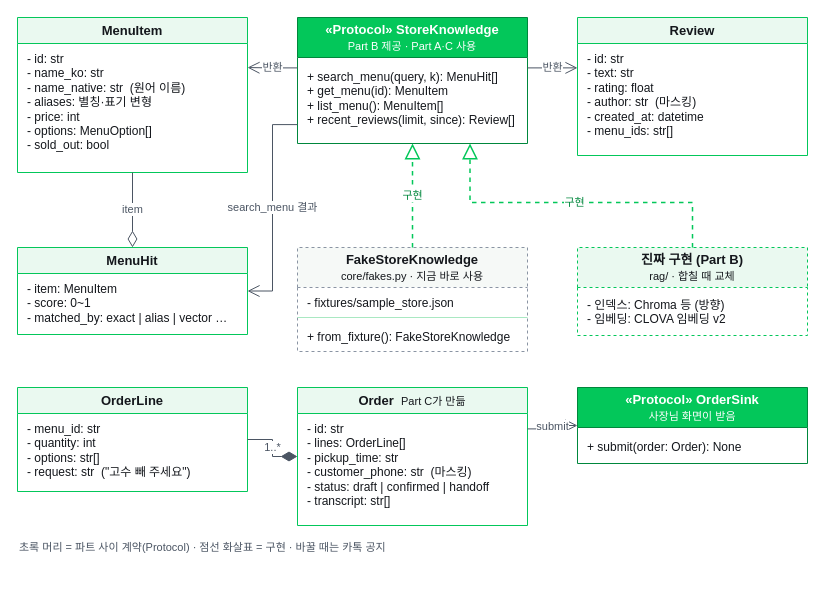
Before: docs/diagrams/02-contracts.drawio in Happ11quokka/AgentHan, a draw.io diagram. Source tidied: cells renumbered, new cells numbered last; positions are measured from the earlier drawing's top-left corner, leaving out a move shared by most shapes. Both pictures are drawn from the tidied source at 100%, with x=0, y=0 at pixel (17, 17).
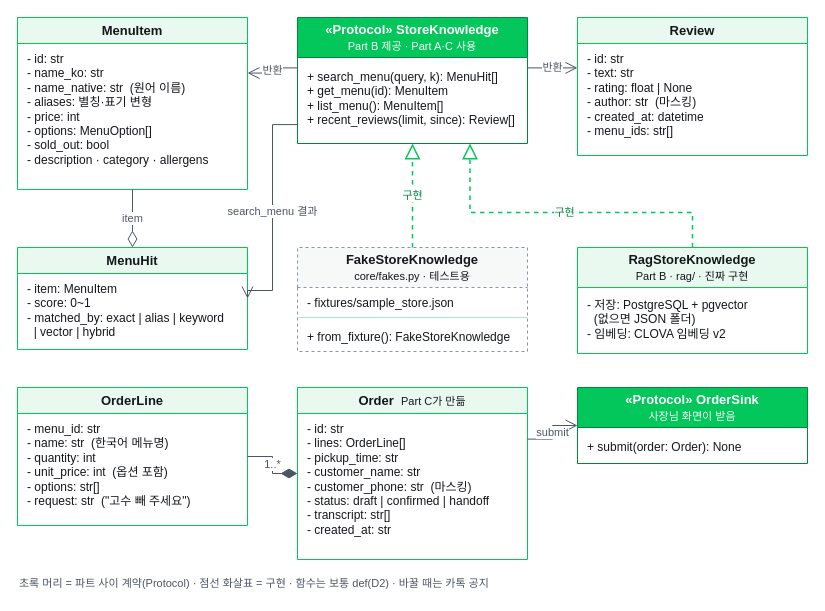
Above is the later version.

The change refers to these unchanged cells:
```xml
<mxCell id="4" value="«Protocol» StoreKnowledge&lt;br&gt;&lt;span style=&quot;font-weight:normal;font-size:11px&quot;&gt;Part B 제공 · Part A·C 사용&lt;/span&gt;" style="swimlane;fontStyle=1;align=center;startSize=40;fillColor=#03C75A;strokeColor=#00873C;fontFamily=Pretendard;fontSize=13;fontColor=#ffffff;swimlaneFillColor=#ffffff;whiteSpace=wrap;html=1;" parent="1" vertex="1">
  <mxGeometry x="280" width="230" height="126" as="geometry" />
</mxCell>
<mxCell id="6" value="Review" style="swimlane;fontStyle=1;align=center;startSize=26;fillColor=#EAF9F0;strokeColor=#03C75A;fontFamily=Pretendard;fontSize=13;fontColor=#14171C;horizontal=1;whiteSpace=wrap;html=1;" parent="1" vertex="1">
  <mxGeometry x="560" width="230" height="138" as="geometry" />
</mxCell>
```

What changed in the source:
```diff
@@
     <mxCell id="2" value="MenuItem" style="swimlane;fontStyle=1;align=center;startSize=26;fillColor=#EAF9F0;strokeColor=#03C75A;fontFamily=Pretendard;fontSize=13;fontColor=#14171C;horizontal=1;whiteSpace=wrap;html=1;" parent="1" vertex="1">
-      <mxGeometry width="230" height="155" as="geometry" />
+      <mxGeometry width="230" height="172" as="geometry" />
     </mxCell>
-    <mxCell id="3" value="- id: str&lt;br&gt;- name_ko: str&lt;br&gt;- name_native: str &amp;nbsp;(원어 이름)&lt;br&gt;- aliases: 별칭·표기 변형&lt;br&gt;- price: int&lt;br&gt;- options: MenuOption[]&lt;br&gt;- sold_out: bool" style="text;strokeColor=none;fillColor=none;align=left;verticalAlign=top;spacingLeft=8;spacingTop=2;fontFamily=Pretendard;fontSize=12;fontColor=#14171C;whiteSpace=wrap;html=1;" parent="2" vertex="1">
-      <mxGeometry y="26" width="230" height="129" as="geometry" />
+    <mxCell id="3" value="- id: str&lt;br&gt;- name_ko: str&lt;br&gt;- name_native: str &amp;nbsp;(원어 이름)&lt;br&gt;- aliases: 별칭·표기 변형&lt;br&gt;- price: int&lt;br&gt;- options: MenuOption[]&lt;br&gt;- sold_out: bool&lt;br&gt;- description · category · allergens" style="text;strokeColor=none;fillColor=none;align=left;verticalAlign=top;spacingLeft=8;spacingTop=2;fontFamily=Pretendard;fontSize=12;fontColor=#14171C;whiteSpace=wrap;html=1;" parent="2" vertex="1">
+      <mxGeometry y="26" width="230" height="146" as="geometry" />
     </mxCell>
@@
-    <mxCell id="7" value="- id: str&lt;br&gt;- text: str&lt;br&gt;- rating: float&lt;br&gt;- author: str &amp;nbsp;(마스킹)&lt;br&gt;- created_at: datetime&lt;br&gt;- menu_ids: str[]" style="text;strokeColor=none;fillColor=none;align=left;verticalAlign=top;spacingLeft=8;spacingTop=2;fontFamily=Pretendard;fontSize=12;fontColor=#14171C;whiteSpace=wrap;html=1;" parent="6" vertex="1">
+    <mxCell id="7" value="- id: str&lt;br&gt;- text: str&lt;br&gt;- rating: float | None&lt;br&gt;- author: str &amp;nbsp;(마스킹)&lt;br&gt;- created_at: datetime&lt;br&gt;- menu_ids: str[]" style="text;strokeColor=none;fillColor=none;align=left;verticalAlign=top;spacingLeft=8;spacingTop=2;fontFamily=Pretendard;fontSize=12;fontColor=#14171C;whiteSpace=wrap;html=1;" parent="6" vertex="1">
       <mxGeometry y="26" width="230" height="112" as="geometry" />
     </mxCell>
     <mxCell id="8" value="MenuHit" style="swimlane;fontStyle=1;align=center;startSize=26;fillColor=#EAF9F0;strokeColor=#03C75A;fontFamily=Pretendard;fontSize=13;fontColor=#14171C;horizontal=1;whiteSpace=wrap;html=1;" parent="1" vertex="1">
-      <mxGeometry y="230" width="230" height="87" as="geometry" />
+      <mxGeometry y="230" width="230" height="102" as="geometry" />
     </mxCell>
-    <mxCell id="9" value="- item: MenuItem&lt;br&gt;- score: 0~1&lt;br&gt;- matched_by: exact | alias | vector …" style="text;strokeColor=none;fillColor=none;align=left;verticalAlign=top;spacingLeft=8;spacingTop=2;fontFamily=Pretendard;fontSize=12;fontColor=#14171C;whiteSpace=wrap;html=1;" parent="8" vertex="1">
-      <mxGeometry y="26" width="230" height="61" as="geometry" />
+    <mxCell id="9" value="- item: MenuItem&lt;br&gt;- score: 0~1&lt;br&gt;- matched_by: exact | alias | keyword&lt;br&gt;&amp;nbsp; | vector | hybrid" style="text;strokeColor=none;fillColor=none;align=left;verticalAlign=top;spacingLeft=8;spacingTop=2;fontFamily=Pretendard;fontSize=12;fontColor=#14171C;whiteSpace=wrap;html=1;" parent="8" vertex="1">
+      <mxGeometry y="26" width="230" height="76" as="geometry" />
     </mxCell>
-    <mxCell id="10" value="FakeStoreKnowledge&lt;br&gt;&lt;span style=&quot;font-weight:normal;font-size:11px&quot;&gt;core/fakes.py · 지금 바로 사용&lt;/span&gt;" style="swimlane;fontStyle=1;align=center;startSize=40;fillColor=#F6F9F7;strokeColor=#8A94A3;dashed=1;fontFamily=Pretendard;fontSize=13;fontColor=#14171C;swimlaneFillColor=#ffffff;whiteSpace=wrap;html=1;" parent="1" vertex="1">
+    <mxCell id="10" value="FakeStoreKnowledge&lt;br&gt;&lt;span style=&quot;font-weight:normal;font-size:11px&quot;&gt;core/fakes.py · 테스트용&lt;/span&gt;" style="swimlane;fontStyle=1;align=center;startSize=40;fillColor=#F6F9F7;strokeColor=#8A94A3;dashed=1;fontFamily=Pretendard;fontSize=13;fontColor=#14171C;swimlaneFillColor=#ffffff;whiteSpace=wrap;html=1;" parent="1" vertex="1">
       <mxGeometry x="280" y="230" width="230" height="104" as="geometry" />
     </mxCell>
@@
-    <mxCell id="14" value="진짜 구현 (Part B)&lt;br&gt;&lt;span style=&quot;font-weight:normal;font-size:11px&quot;&gt;rag/ · 합칠 때 교체&lt;/span&gt;" style="swimlane;fontStyle=1;align=center;startSize=40;dashed=1;fontFamily=Pretendard;fontSize=13;fontColor=#14171C;swimlaneFillColor=#ffffff;strokeColor=#03C75A;fillColor=#EAF9F0;whiteSpace=wrap;html=1;" parent="1" vertex="1">
-      <mxGeometry x="560" y="230" width="230" height="88" as="geometry" />
+    <mxCell id="14" value="RagStoreKnowledge&lt;br&gt;&lt;span style=&quot;font-weight:normal;font-size:11px&quot;&gt;Part B · rag/ · 진짜 구현&lt;/span&gt;" style="swimlane;fontStyle=1;align=center;startSize=40;fontFamily=Pretendard;fontSize=13;fontColor=#14171C;swimlaneFillColor=#ffffff;strokeColor=#03C75A;fillColor=#EAF9F0;whiteSpace=wrap;html=1;" parent="1" vertex="1">
+      <mxGeometry x="560" y="230" width="230" height="106" as="geometry" />
     </mxCell>
-    <mxCell id="15" value="- 인덱스: Chroma 등 (방향)&lt;br&gt;- 임베딩: CLOVA 임베딩 v2" style="text;strokeColor=none;fillColor=none;align=left;verticalAlign=top;spacingLeft=8;spacingTop=2;fontFamily=Pretendard;fontSize=12;fontColor=#14171C;whiteSpace=wrap;html=1;" parent="14" vertex="1">
-      <mxGeometry y="42" width="230" height="44" as="geometry" />
+    <mxCell id="15" value="- 저장: PostgreSQL + pgvector&lt;br&gt;&amp;nbsp; (없으면 JSON 폴더)&lt;br&gt;- 임베딩: CLOVA 임베딩 v2" style="text;strokeColor=none;fillColor=none;align=left;verticalAlign=top;spacingLeft=8;spacingTop=2;fontFamily=Pretendard;fontSize=12;fontColor=#14171C;whiteSpace=wrap;html=1;" parent="14" vertex="1">
+      <mxGeometry y="42" width="230" height="62" as="geometry" />
     </mxCell>
     <mxCell id="16" value="OrderLine" style="swimlane;fontStyle=1;align=center;startSize=26;fillColor=#EAF9F0;strokeColor=#03C75A;fontFamily=Pretendard;fontSize=13;fontColor=#14171C;horizontal=1;whiteSpace=wrap;html=1;" parent="1" vertex="1">
-      <mxGeometry y="370" width="230" height="104" as="geometry" />
+      <mxGeometry y="370" width="230" height="138" as="geometry" />
     </mxCell>
-    <mxCell id="17" value="- menu_id: str&lt;br&gt;- quantity: int&lt;br&gt;- options: str[]&lt;br&gt;- request: str &amp;nbsp;(&quot;고수 빼 주세요&quot;)" style="text;strokeColor=none;fillColor=none;align=left;verticalAlign=top;spacingLeft=8;spacingTop=2;fontFamily=Pretendard;fontSize=12;fontColor=#14171C;whiteSpace=wrap;html=1;" parent="16" vertex="1">
-      <mxGeometry y="26" width="230" height="78" as="geometry" />
+    <mxCell id="17" value="- menu_id: str&lt;br&gt;- name: str &amp;nbsp;(한국어 메뉴명)&lt;br&gt;- quantity: int&lt;br&gt;- unit_price: int &amp;nbsp;(옵션 포함)&lt;br&gt;- options: str[]&lt;br&gt;- request: str &amp;nbsp;(&quot;고수 빼 주세요&quot;)" style="text;strokeColor=none;fillColor=none;align=left;verticalAlign=top;spacingLeft=8;spacingTop=2;fontFamily=Pretendard;fontSize=12;fontColor=#14171C;whiteSpace=wrap;html=1;" parent="16" vertex="1">
+      <mxGeometry y="26" width="230" height="112" as="geometry" />
     </mxCell>
     <mxCell id="18" value="Order &amp;nbsp;&lt;span style=&quot;font-weight:normal;font-size:11px&quot;&gt;Part C가 만듦&lt;/span&gt;" style="swimlane;fontStyle=1;align=center;startSize=26;fillColor=#EAF9F0;strokeColor=#03C75A;fontFamily=Pretendard;fontSize=13;fontColor=#14171C;horizontal=1;whiteSpace=wrap;html=1;" parent="1" vertex="1">
-      <mxGeometry x="280" y="370" width="230" height="138" as="geometry" />
+      <mxGeometry x="280" y="370" width="230" height="172" as="geometry" />
     </mxCell>
-    <mxCell id="19" value="- id: str&lt;br&gt;- lines: OrderLine[]&lt;br&gt;- pickup_time: str&lt;br&gt;- customer_phone: str &amp;nbsp;(마스킹)&lt;br&gt;- status: draft | confirmed | handoff&lt;br&gt;- transcript: str[]" style="text;strokeColor=none;fillColor=none;align=left;verticalAlign=top;spacingLeft=8;spacingTop=2;fontFamily=Pretendard;fontSize=12;fontColor=#14171C;whiteSpace=wrap;html=1;" parent="18" vertex="1">
-      <mxGeometry y="26" width="230" height="112" as="geometry" />
+    <mxCell id="19" value="- id: str&lt;br&gt;- lines: OrderLine[]&lt;br&gt;- pickup_time: str&lt;br&gt;- customer_name: str&lt;br&gt;- customer_phone: str &amp;nbsp;(마스킹)&lt;br&gt;- status: draft | confirmed | handoff&lt;br&gt;- transcript: str[]&lt;br&gt;- created_at: str" style="text;strokeColor=none;fillColor=none;align=left;verticalAlign=top;spacingLeft=8;spacingTop=2;fontFamily=Pretendard;fontSize=12;fontColor=#14171C;whiteSpace=wrap;html=1;" parent="18" vertex="1">
+      <mxGeometry y="26" width="230" height="146" as="geometry" />
     </mxCell>
@@
     <mxCell id="27" value="구현" style="edgeStyle=orthogonalEdgeStyle;rounded=0;strokeColor=#03C75A;strokeWidth=1.5;dashed=1;endArrow=block;endFill=0;endSize=12;fontFamily=Pretendard;fontSize=11;fontColor=#00873C;labelBackgroundColor=#ffffff;exitX=0.5;exitY=0;entryX=0.75;entryY=1;html=1;" parent="1" edge="1" source="14" target="4">
       <mxGeometry relative="1" as="geometry">
         <Array as="points">
-          <mxPoint x="675" y="185" />
-          <mxPoint x="452" y="185" />
+          <mxPoint x="675" y="195" />
+          <mxPoint x="452" y="195" />
         </Array>
       </mxGeometry>
     </mxCell>
@@
-    <mxCell id="30" value="초록 머리 = 파트 사이 계약(Protocol) · 점선 화살표 = 구현 · 바꿀 때는 카톡 공지" style="text;fontFamily=Pretendard;fontSize=11;fontColor=#4B5563;align=left;verticalAlign=middle;whiteSpace=wrap;html=1;" parent="1" vertex="1">
-      <mxGeometry y="520" width="560" height="20" as="geometry" />
+    <mxCell id="30" value="초록 머리 = 파트 사이 계약(Protocol) · 점선 화살표 = 구현 · 함수는 보통 def(D2) · 바꿀 때는 카톡 공지" style="text;fontFamily=Pretendard;fontSize=11;fontColor=#4B5563;align=left;verticalAlign=middle;whiteSpace=wrap;html=1;" parent="1" vertex="1">
+      <mxGeometry y="556" width="600" height="20" as="geometry" />
     </mxCell>
```
